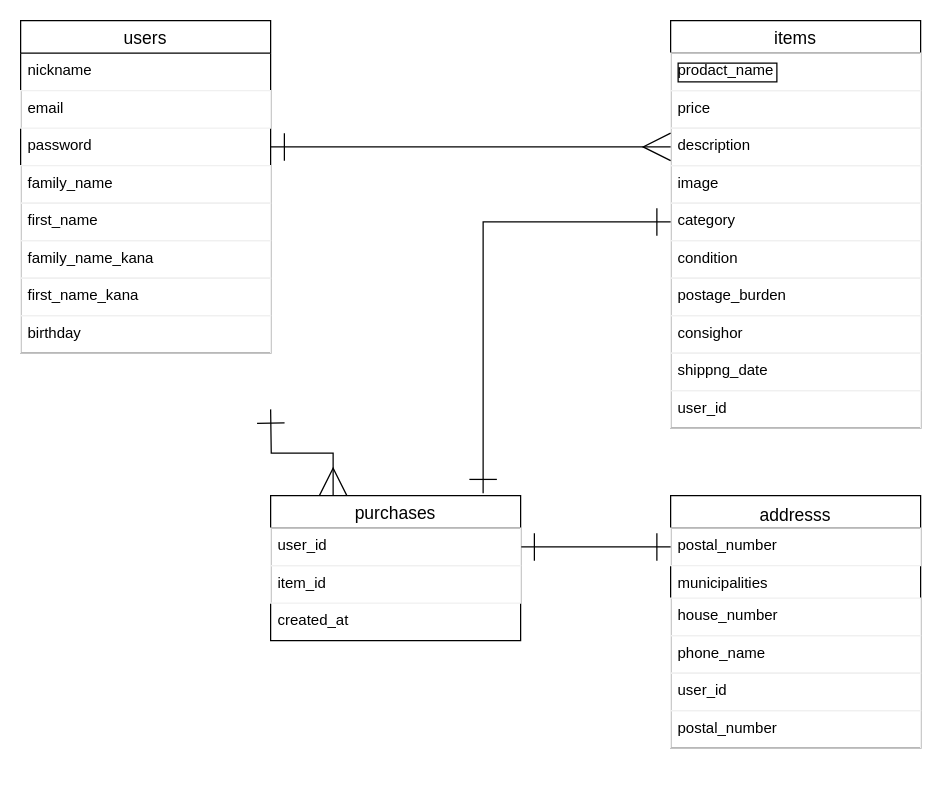
Earlier version of the draw.io diagram test.dio (jikkajikka888/furima-30548). Source tidied: cells renumbered, new cells numbered last; positions are measured from the earlier drawing's top-left corner, leaving out a move shared by most shapes. Both pictures are drawn from the tidied source at 125%, with x=0, y=0 at pixel (20, 20).
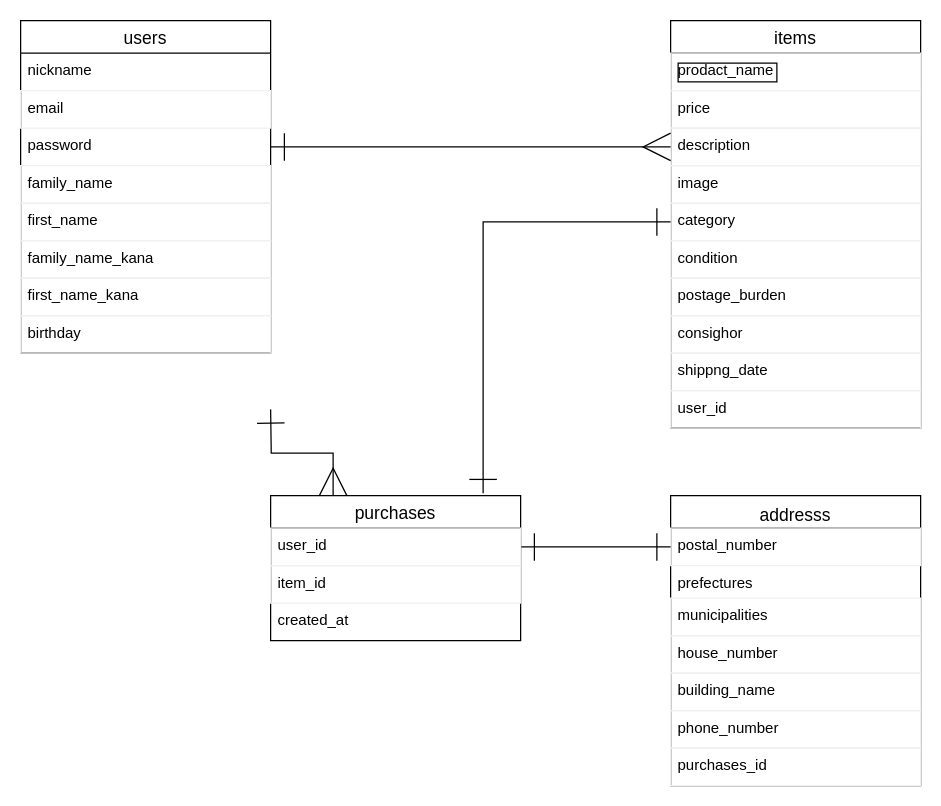
The same diagram, later.

Commit message (it also covers changes not shown here):
ER図、README修正、変更

Diff of the diagram source:
```diff
@@
     <mxCell id="24" value="&#10;addresss" style="swimlane;fontStyle=0;horizontal=1;startSize=26;align=center;fontSize=14;verticalAlign=bottom;" parent="1" vertex="1">
-      <mxGeometry x="520" y="380" width="200" height="202" as="geometry" />
+      <mxGeometry x="520" y="380" width="200" height="232" as="geometry" />
     </mxCell>
@@
-    <mxCell id="26" value="municipalities" style="text;strokeColor=none;fillColor=none;spacingLeft=4;spacingRight=4;overflow=hidden;fontSize=12;" parent="24" vertex="1">
+    <mxCell id="26" value="prefectures" style="text;strokeColor=none;fillColor=none;spacingLeft=4;spacingRight=4;overflow=hidden;fontSize=12;" parent="24" vertex="1">
       <mxGeometry y="56" width="200" height="26" as="geometry" />
     </mxCell>
-    <mxCell id="27" value="house_number" style="text;fillColor=none;spacingLeft=4;spacingRight=4;overflow=hidden;fontSize=12;strokeColor=#f0f0f0;" parent="24" vertex="1">
+    <mxCell id="27" value="municipalities" style="text;fillColor=none;spacingLeft=4;spacingRight=4;overflow=hidden;fontSize=12;strokeColor=#f0f0f0;" parent="24" vertex="1">
       <mxGeometry y="82" width="200" height="30" as="geometry" />
     </mxCell>
-    <mxCell id="28" value="phone_name" style="text;fillColor=none;spacingLeft=4;spacingRight=4;overflow=hidden;fontSize=12;strokeColor=#f0f0f0;" parent="24" vertex="1">
+    <mxCell id="28" value="house_number" style="text;fillColor=none;spacingLeft=4;spacingRight=4;overflow=hidden;fontSize=12;strokeColor=#f0f0f0;" parent="24" vertex="1">
       <mxGeometry y="112" width="200" height="30" as="geometry" />
     </mxCell>
-    <mxCell id="29" value="user_id" style="text;fillColor=none;spacingLeft=4;spacingRight=4;overflow=hidden;fontSize=12;strokeColor=#f0f0f0;" parent="24" vertex="1">
+    <mxCell id="29" value="building_name" style="text;fillColor=none;spacingLeft=4;spacingRight=4;overflow=hidden;fontSize=12;strokeColor=#f0f0f0;" parent="24" vertex="1">
       <mxGeometry y="142" width="200" height="30" as="geometry" />
     </mxCell>
-    <mxCell id="30" value="postal_number" style="text;fillColor=none;spacingLeft=4;spacingRight=4;overflow=hidden;fontSize=12;strokeColor=#f0f0f0;" parent="24" vertex="1">
+    <mxCell id="30" value="phone_number" style="text;fillColor=none;spacingLeft=4;spacingRight=4;overflow=hidden;fontSize=12;strokeColor=#f0f0f0;" parent="24" vertex="1">
       <mxGeometry y="172" width="200" height="30" as="geometry" />
     </mxCell>
+    <mxCell id="37" value="purchases_id" style="text;fillColor=none;spacingLeft=4;spacingRight=4;overflow=hidden;fontSize=12;strokeColor=#f0f0f0;" parent="24" vertex="1">
+      <mxGeometry y="202" width="200" height="30" as="geometry" />
+    </mxCell>
```
